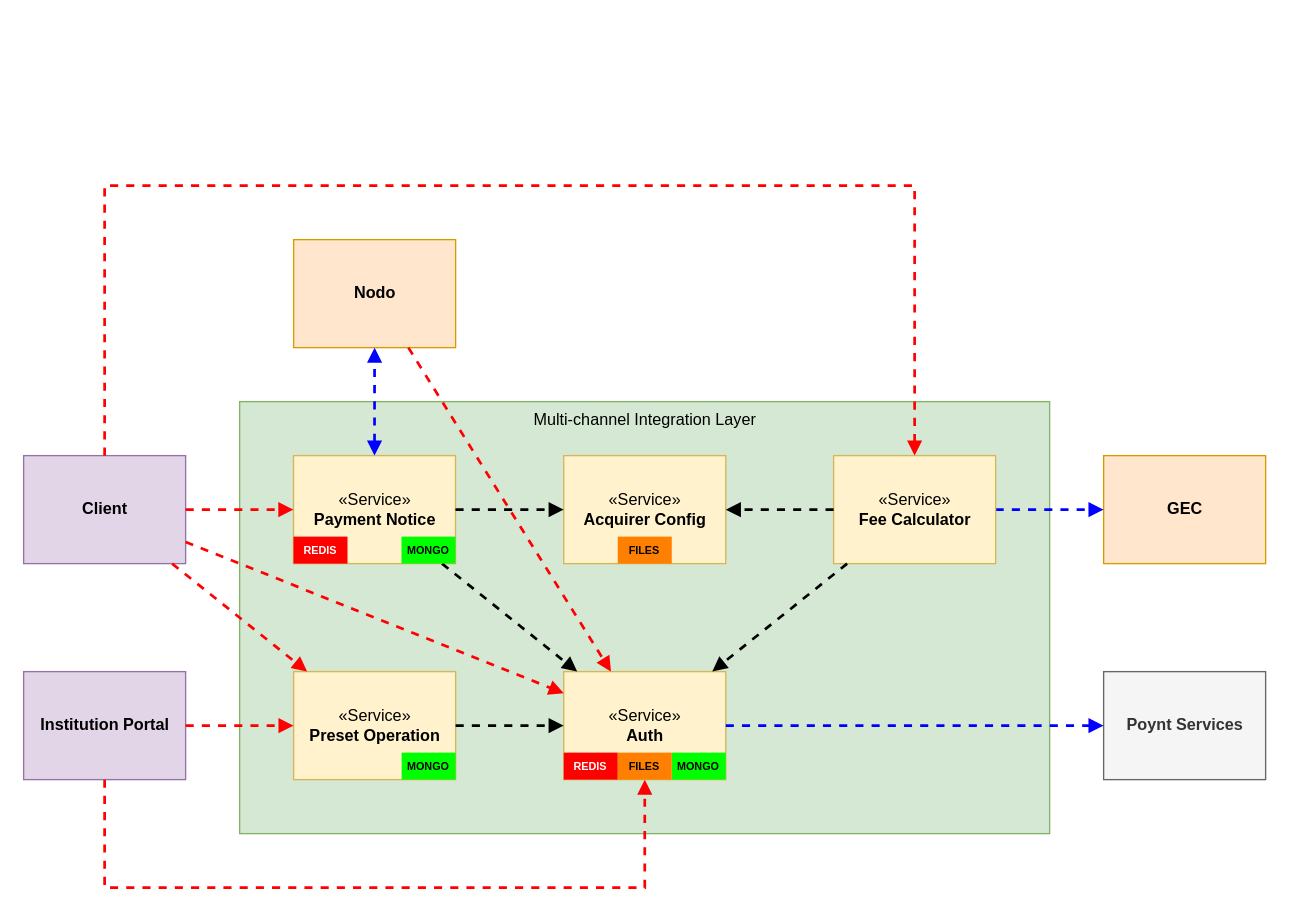
The draw.io diagram page "POS" (2 of 3) of component_diags/components.drawio in pagopa/mil-diags, before the edit. Source tidied: cells renumbered, new cells numbered last; positions are measured from the earlier drawing's top-left corner, leaving out a move shared by most shapes. Both pictures are drawn from the tidied source at 135%, with x=0, y=0 at pixel (23, 185).
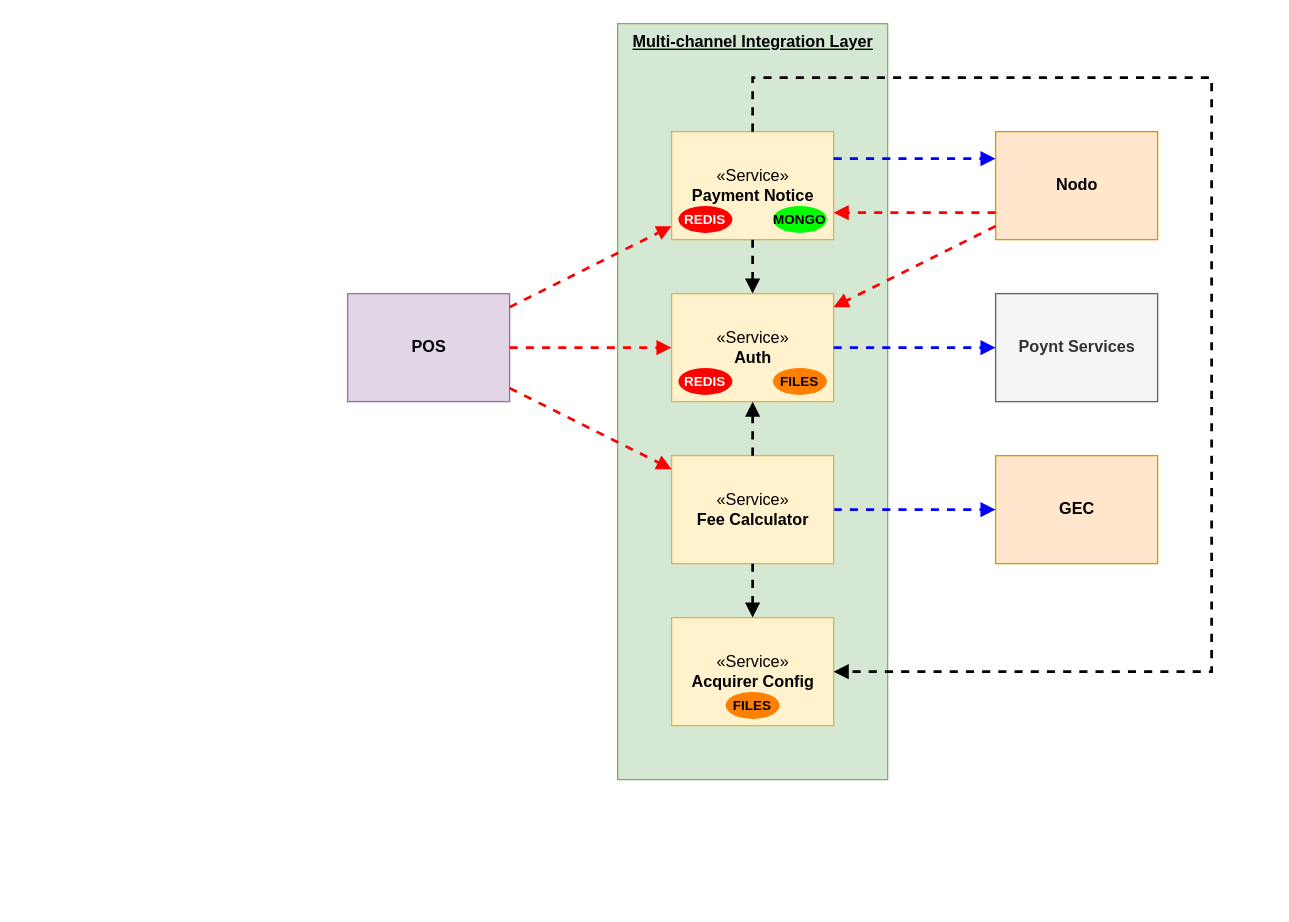
The same page after the edit.

The edit, as a diff of the source:
```diff
@@
-    <mxCell id="2" value="&lt;span style=&quot;font-weight: normal;&quot;&gt;&lt;span&gt;Multi-channel Integration Layer&lt;/span&gt;&lt;/span&gt;" style="html=1;fontStyle=1;verticalAlign=top;fillColor=#d5e8d4;strokeColor=#82b366;strokeWidth=1;" parent="1" vertex="1">
-      <mxGeometry x="160" y="160" width="600" height="320" as="geometry" />
+    <mxCell id="2" value="&lt;span style=&quot;&quot;&gt;&lt;span&gt;Multi-channel Integration Layer&lt;/span&gt;&lt;/span&gt;" style="html=1;fontStyle=5;verticalAlign=top;fillColor=#d5e8d4;strokeColor=#82b366;strokeWidth=1;" parent="1" vertex="1">
+      <mxGeometry x="440" y="-120" width="200" height="560" as="geometry" />
     </mxCell>
     <mxCell id="3" value="«Service»&lt;br&gt;&lt;b&gt;Payment Notice&lt;/b&gt;" style="html=1;fillColor=#fff2cc;strokeColor=#d6b656;" parent="1" vertex="1">
-      <mxGeometry x="199.9" y="200" width="120" height="80" as="geometry" />
+      <mxGeometry x="480" y="-40" width="120" height="80" as="geometry" />
     </mxCell>
-    <mxCell id="4" value="&lt;b&gt;Client&lt;/b&gt;" style="html=1;fillColor=#e1d5e7;strokeColor=#9673a6;" parent="1" vertex="1">
-      <mxGeometry y="200" width="120" height="80" as="geometry" />
+    <mxCell id="4" value="&lt;b&gt;POS&lt;/b&gt;" style="html=1;fillColor=#e1d5e7;strokeColor=#9673a6;" parent="1" vertex="1">
+      <mxGeometry x="240" y="80" width="120" height="80" as="geometry" />
     </mxCell>
@@
     <mxCell id="6" value="&lt;b&gt;Nodo&lt;/b&gt;" style="html=1;fillColor=#ffe6cc;strokeColor=#d79b00;" parent="1" vertex="1">
-      <mxGeometry x="200" y="40" width="120" height="80" as="geometry" />
+      <mxGeometry x="720" y="-40" width="120" height="80" as="geometry" />
     </mxCell>
-    <mxCell id="7" style="endArrow=block;html=1;rounded=0;endFill=1;strokeWidth=2;dashed=1;startArrow=block;startFill=1;strokeColor=#0000FF;" parent="1" edge="1" source="3" target="6">
+    <mxCell id="7" style="endArrow=block;html=1;rounded=0;endFill=1;strokeWidth=2;dashed=1;startArrow=none;startFill=0;strokeColor=#0000FF;entryX=0;entryY=0.25;entryDx=0;entryDy=0;exitX=1;exitY=0.25;exitDx=0;exitDy=0;" parent="1" edge="1" source="3" target="6">
       <mxGeometry relative="1" as="geometry" />
     </mxCell>
     <mxCell id="8" value="&lt;b&gt;GEC&lt;/b&gt;" style="html=1;fillColor=#ffe6cc;strokeColor=#d79b00;" parent="1" vertex="1">
-      <mxGeometry x="800" y="200" width="120" height="80" as="geometry" />
+      <mxGeometry x="720" y="200" width="120" height="80" as="geometry" />
     </mxCell>
@@
     <mxCell id="10" value="«Service»&lt;br&gt;&lt;b&gt;Fee Calculator&lt;/b&gt;" style="html=1;fillColor=#fff2cc;strokeColor=#d6b656;" parent="1" vertex="1">
-      <mxGeometry x="600" y="200" width="120" height="80" as="geometry" />
+      <mxGeometry x="480" y="200" width="120" height="80" as="geometry" />
     </mxCell>
     <mxCell id="11" value="&lt;b&gt;Poynt Services&lt;/b&gt;" style="html=1;fillColor=#f5f5f5;fontColor=#333333;strokeColor=#666666;" parent="1" vertex="1">
-      <mxGeometry x="800" y="360" width="120" height="80" as="geometry" />
+      <mxGeometry x="720" y="80" width="120" height="80" as="geometry" />
     </mxCell>
     <mxCell id="12" value="«Service»&lt;br&gt;&lt;b&gt;Auth&lt;/b&gt;" style="html=1;fillColor=#fff2cc;strokeColor=#d6b656;" parent="1" vertex="1">
-      <mxGeometry x="400.1" y="360" width="120" height="80" as="geometry" />
+      <mxGeometry x="480" y="80" width="120" height="80" as="geometry" />
     </mxCell>
     <mxCell id="13" value="«Service»&lt;br&gt;&lt;b&gt;Acquirer Config&lt;/b&gt;" style="html=1;fillColor=#fff2cc;strokeColor=#d6b656;" parent="1" vertex="1">
-      <mxGeometry x="400.1" y="200" width="120" height="80" as="geometry" />
+      <mxGeometry x="480" y="320" width="120" height="80" as="geometry" />
     </mxCell>
@@
-    <mxCell id="15" style="endArrow=block;html=1;rounded=0;endFill=1;startArrow=none;startFill=0;strokeWidth=2;dashed=1;" parent="1" edge="1" source="3" target="13">
-      <mxGeometry relative="1" as="geometry" />
+    <mxCell id="15" style="endArrow=block;html=1;rounded=0;endFill=1;startArrow=none;startFill=0;strokeWidth=2;dashed=1;entryX=1;entryY=0.5;entryDx=0;entryDy=0;exitX=0.5;exitY=0;exitDx=0;exitDy=0;edgeStyle=orthogonalEdgeStyle;" parent="1" edge="1" source="3" target="13">
+      <mxGeometry relative="1" as="geometry">
+        <Array as="points">
+          <mxPoint x="540" y="-80" />
+          <mxPoint x="880" y="-80" />
+          <mxPoint x="880" y="360" />
+        </Array>
+      </mxGeometry>
     </mxCell>
@@
-    <mxCell id="17" value="«Service»&lt;br&gt;&lt;b&gt;Preset Operation&lt;/b&gt;" style="html=1;fillColor=#fff2cc;strokeColor=#d6b656;" parent="1" vertex="1">
-      <mxGeometry x="200" y="360" width="120" height="80" as="geometry" />
-    </mxCell>
-    <mxCell id="18" style="endArrow=block;html=1;rounded=0;endFill=1;strokeWidth=2;dashed=1;" parent="1" edge="1" source="17" target="12">
-      <mxGeometry relative="1" as="geometry" />
-    </mxCell>
@@
-    <mxCell id="21" style="endArrow=block;html=1;rounded=0;endFill=1;strokeWidth=2;dashed=1;fillColor=#e51400;strokeColor=#FF0000;" parent="1" edge="1" source="4" target="17">
-      <mxGeometry relative="1" as="geometry" />
-    </mxCell>
@@
-    <mxCell id="23" style="endArrow=block;html=1;rounded=0;endFill=1;strokeWidth=2;dashed=1;fillColor=#e51400;strokeColor=#FF0000;exitX=0.5;exitY=0;exitDx=0;exitDy=0;entryX=0.5;entryY=0;entryDx=0;entryDy=0;edgeStyle=orthogonalEdgeStyle;" parent="1" edge="1" source="4" target="10">
-      <mxGeometry relative="1" as="geometry">
-        <Array as="points">
-          <mxPoint x="60" />
-          <mxPoint x="660" />
-        </Array>
-      </mxGeometry>
+    <mxCell id="23" style="endArrow=block;html=1;rounded=0;endFill=1;strokeWidth=2;dashed=1;fillColor=#e51400;strokeColor=#FF0000;" parent="1" edge="1" source="4" target="10">
+      <mxGeometry relative="1" as="geometry" />
     </mxCell>
-    <mxCell id="24" value="&lt;b&gt;Institution Portal&lt;/b&gt;" style="html=1;fillColor=#e1d5e7;strokeColor=#9673a6;" parent="1" vertex="1">
-      <mxGeometry y="360" width="120" height="80" as="geometry" />
-    </mxCell>
-    <mxCell id="25" style="endArrow=block;html=1;rounded=0;endFill=1;strokeWidth=2;dashed=1;fillColor=#e51400;strokeColor=#FF0000;" parent="1" edge="1" source="24" target="17">
-      <mxGeometry relative="1" as="geometry" />
-    </mxCell>
-    <mxCell id="26" value="REDIS" style="rounded=0;whiteSpace=wrap;html=1;fontSize=8;strokeColor=none;strokeWidth=0;fillColor=#FF0000;fontColor=#FFFFFF;fontStyle=1;" parent="1" vertex="1">
-      <mxGeometry x="400.1" y="420" width="40" height="20" as="geometry" />
-    </mxCell>
-    <mxCell id="27" value="MONGO" style="rounded=0;whiteSpace=wrap;html=1;fontSize=8;strokeColor=none;strokeWidth=0;fillColor=#00FF00;fontColor=#000000;fontStyle=1;" parent="1" vertex="1">
-      <mxGeometry x="480.1" y="420" width="40" height="20" as="geometry" />
-    </mxCell>
-    <mxCell id="28" value="FILES" style="rounded=0;whiteSpace=wrap;html=1;fontSize=8;strokeColor=none;strokeWidth=0;fillColor=#FF8000;fontColor=#000000;fontStyle=1;" parent="1" vertex="1">
-      <mxGeometry x="440.1" y="260" width="40" height="20" as="geometry" />
-    </mxCell>
-    <mxCell id="29" value="MONGO" style="rounded=0;whiteSpace=wrap;html=1;fontSize=8;strokeColor=none;strokeWidth=0;fillColor=#00FF00;fontColor=#000000;fontStyle=1;" parent="1" vertex="1">
-      <mxGeometry x="279.9" y="260" width="40" height="20" as="geometry" />
-    </mxCell>
-    <mxCell id="30" value="MONGO" style="rounded=0;whiteSpace=wrap;html=1;fontSize=8;strokeColor=none;strokeWidth=0;fillColor=#00FF00;fontColor=#000000;fontStyle=1;" parent="1" vertex="1">
-      <mxGeometry x="280" y="420" width="40" height="20" as="geometry" />
-    </mxCell>
-    <mxCell id="31" value="REDIS" style="rounded=0;whiteSpace=wrap;html=1;fontSize=8;strokeColor=none;strokeWidth=0;fillColor=#FF0000;fontColor=#FFFFFF;fontStyle=1;" parent="1" vertex="1">
-      <mxGeometry x="199.9" y="260" width="40" height="20" as="geometry" />
-    </mxCell>
-    <mxCell id="32" value="FILES" style="rounded=0;whiteSpace=wrap;html=1;fontSize=8;strokeColor=none;strokeWidth=0;fillColor=#FF8000;fontColor=#000000;fontStyle=1;" parent="1" vertex="1">
-      <mxGeometry x="440.1" y="420" width="40" height="20" as="geometry" />
-    </mxCell>
@@
-    <mxCell id="34" style="endArrow=block;html=1;rounded=0;endFill=1;strokeWidth=2;dashed=1;fillColor=#e51400;strokeColor=#FF0000;exitX=0.5;exitY=1;exitDx=0;exitDy=0;entryX=0.5;entryY=1;entryDx=0;entryDy=0;edgeStyle=orthogonalEdgeStyle;" parent="1" edge="1" source="24" target="32">
-      <mxGeometry relative="1" as="geometry">
-        <Array as="points">
-          <mxPoint x="60" y="520" />
-          <mxPoint x="460" y="520" />
-        </Array>
-      </mxGeometry>
-    </mxCell>
+    <mxCell id="35" style="endArrow=block;html=1;rounded=0;endFill=1;strokeWidth=2;dashed=1;fillColor=#e51400;strokeColor=#FF0000;entryX=1;entryY=0.75;entryDx=0;entryDy=0;exitX=0;exitY=0.75;exitDx=0;exitDy=0;" parent="1" edge="1" source="6" target="3">
+      <mxGeometry relative="1" as="geometry" />
+    </mxCell>
+    <mxCell id="36" value="REDIS" style="ellipse;whiteSpace=wrap;html=1;fillColor=#FF0000;strokeColor=none;fontColor=#FFFFFF;fontStyle=1;fontSize=10;" parent="1" vertex="1">
+      <mxGeometry x="485" y="15" width="40" height="20" as="geometry" />
+    </mxCell>
+    <mxCell id="37" value="REDIS" style="ellipse;whiteSpace=wrap;html=1;fillColor=#FF0000;strokeColor=none;fontColor=#FFFFFF;fontStyle=1;fontSize=10;" parent="1" vertex="1">
+      <mxGeometry x="485" y="135" width="40" height="20" as="geometry" />
+    </mxCell>
+    <mxCell id="38" value="MONGO" style="ellipse;whiteSpace=wrap;html=1;fillColor=#00FF00;strokeColor=none;fontColor=#000000;fontStyle=1;fontSize=10;spacing=2;" parent="1" vertex="1">
+      <mxGeometry x="555" y="15" width="40" height="20" as="geometry" />
+    </mxCell>
+    <mxCell id="39" value="FILES" style="ellipse;whiteSpace=wrap;html=1;fillColor=#FF8000;strokeColor=none;fontColor=#000000;fontStyle=1;fontSize=10;" parent="1" vertex="1">
+      <mxGeometry x="520" y="375" width="40" height="20" as="geometry" />
+    </mxCell>
+    <mxCell id="40" value="FILES" style="ellipse;whiteSpace=wrap;html=1;fillColor=#FF8000;strokeColor=none;fontColor=#000000;fontStyle=1;fontSize=10;" parent="1" vertex="1">
+      <mxGeometry x="555" y="135" width="40" height="20" as="geometry" />
+    </mxCell>
```
